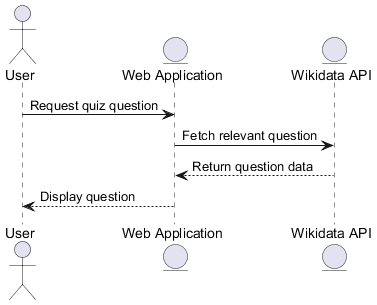
Arquisoft/wichat_en1b keeps this PlantUML diagram as images/Quiz Question Retrieval.png. Above is the earlier version. The source it was exported from:
```plantuml
@startuml
actor User
entity "Web Application" as App
entity "Wikidata API" as Wiki

User -> App: Request quiz question
App -> Wiki: Fetch relevant question
Wiki --> App: Return question data
App --> User: Display question
@enduml
```
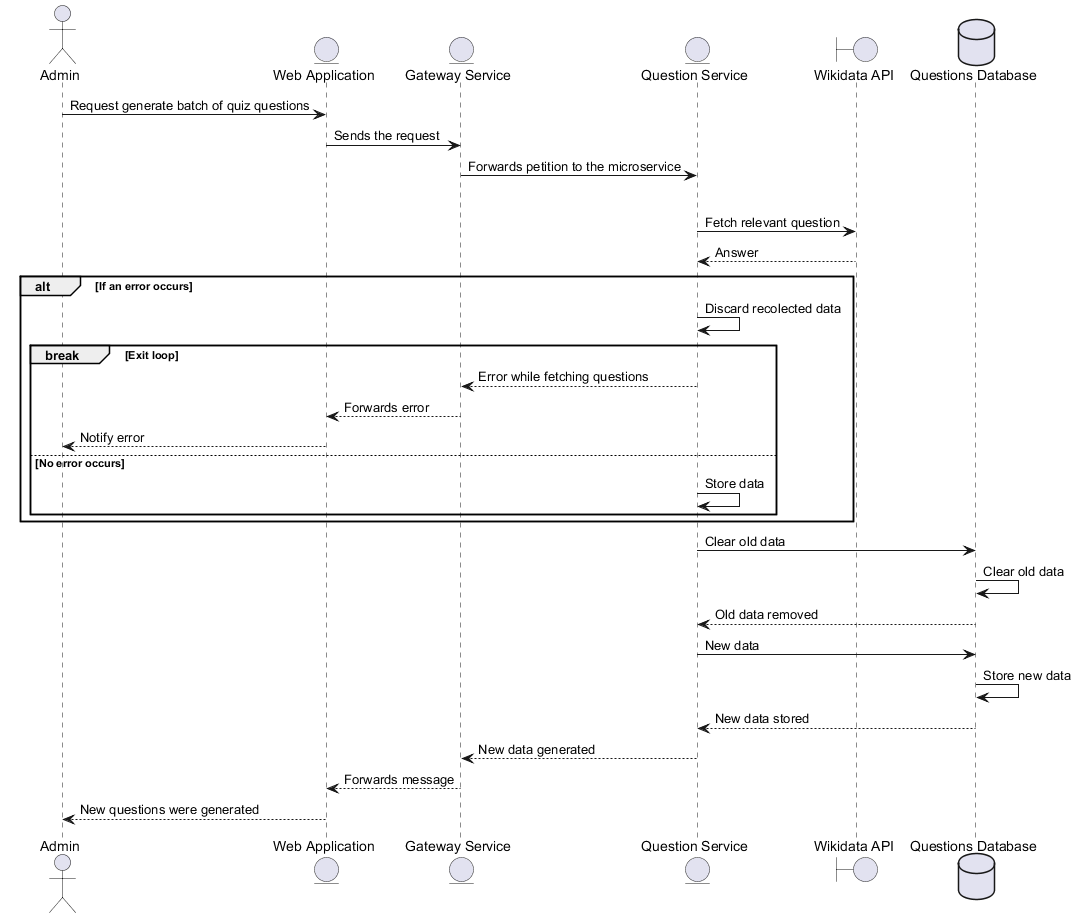
The same diagram one commit later.

What changed in the source:
```diff
@@ -1,10 +1,34 @@
 @startuml
-actor User
+actor Admin
 entity "Web Application" as App
-entity "Wikidata API" as Wiki
+entity "Gateway Service" as Gat
+entity "Question Service" as Qus
+boundary "Wikidata API" as Wiki
+database "Questions Database" as Qdb
 
-User -> App: Request quiz question
-App -> Wiki: Fetch relevant question
-Wiki --> App: Return question data
-App --> User: Display question
+Admin -> App: Request generate batch of quiz questions
+App -> Gat: Sends the request
+Gat -> Qus: Forwards petition to the microservice
+loop Until batch is full
+    Qus -> Wiki: Fetch relevant question
+    Wiki --> Qus: Answer
+    alt If an error occurs
+        Qus -> Qus: Discard recolected data
+        break Exit loop
+        Qus --> Gat: Error while fetching questions
+        Gat --> App: Forwards error
+        App --> Admin: Notify error
+    else No error occurs
+        Qus -> Qus: Store data
+    end
+end
+Qus -> Qdb: Clear old data
+Qdb -> Qdb: Clear old data
+Qdb --> Qus: Old data removed
+Qus -> Qdb: New data
+Qdb -> Qdb: Store new data
+Qdb --> Qus: New data stored
+Qus --> Gat: New data generated
+Gat --> App: Forwards message
+App --> Admin: New questions were generated
 @enduml
```
